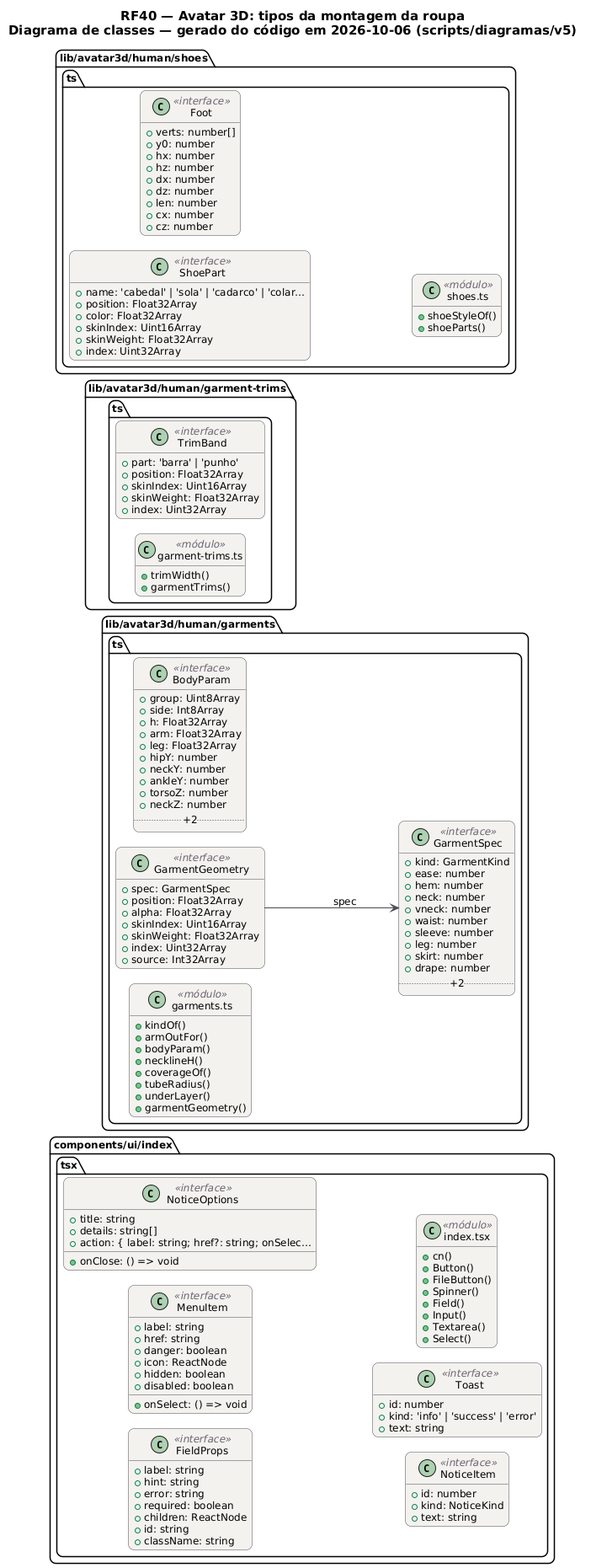
Above: docs/diagramas/RF40-roupa-no-avatar/RF40_Roupa_Classes.png in MatheusHaliski/tcc-2026-fashion-ai-backend (PlantUML), before the change.
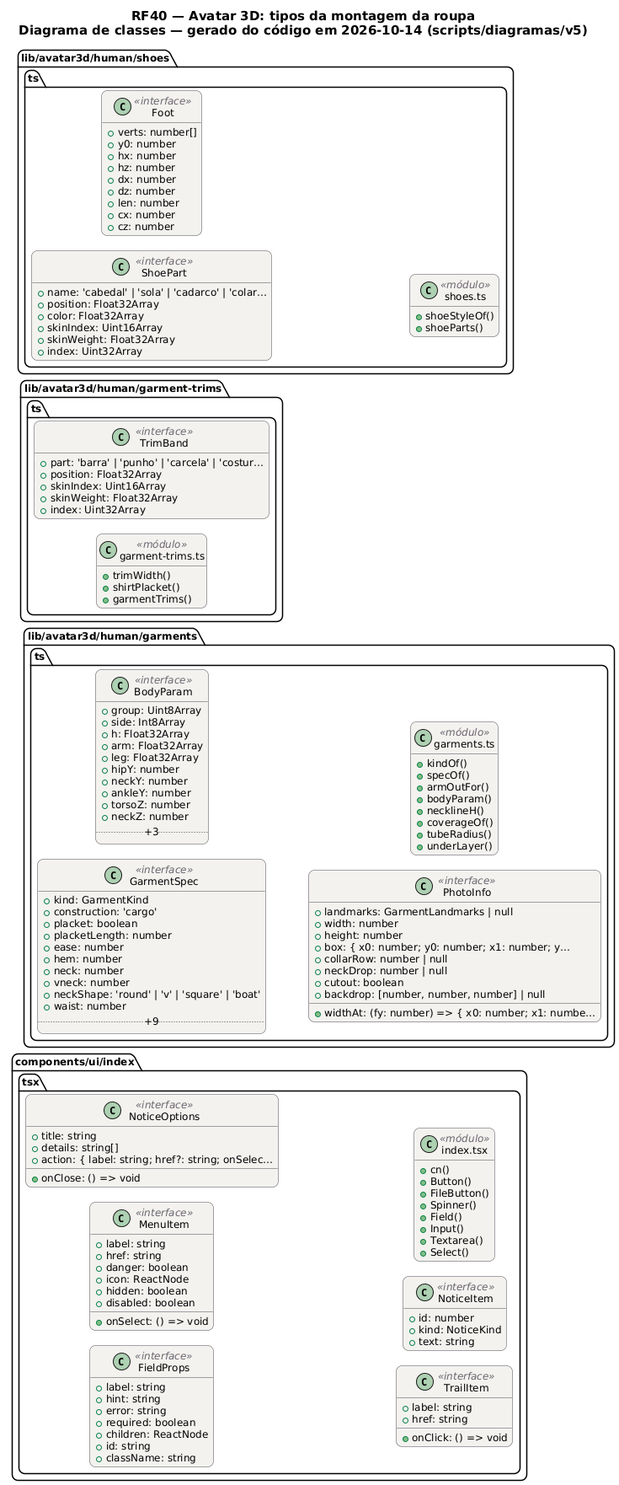
Later version of the same file.

Diff of the diagram source:
```diff
@@ -20,7 +20,7 @@
 }
 hide empty members
 left to right direction
-title RF40 — Avatar 3D: tipos da montagem da roupa\nDiagrama de classes — gerado do código em 2026-10-06 (scripts/diagramas/v5)
+title RF40 — Avatar 3D: tipos da montagem da roupa\nDiagrama de classes — gerado do código em 2026-10-14 (scripts/diagramas/v5)
 
 package "components/ui/index.tsx" {
   class FieldProps as "FieldProps" <<interface>> {
@@ -47,14 +47,14 @@
     +action: { label: string; href?: string; onSelec…
     +onClose: () => void
   }
+  class TrailItem as "TrailItem" <<interface>> {
+    +label: string
+    +onClick: () => void
+    +href: string
+  }
   class NoticeItem as "NoticeItem" <<interface>> {
     +id: number
     +kind: NoticeKind
-    +text: string
-  }
-  class Toast as "Toast" <<interface>> {
-    +id: number
-    +kind: 'info' | 'success' | 'error'
     +text: string
   }
   class mod_index_tsx as "index.tsx" <<módulo>> {
@@ -71,16 +71,16 @@
 package "lib/avatar3d/human/garments.ts" {
   class GarmentSpec as "GarmentSpec" <<interface>> {
     +kind: GarmentKind
+    +construction: 'cargo'
+    +placket: boolean
+    +placketLength: number
     +ease: number
     +hem: number
     +neck: number
     +vneck: number
+    +neckShape: 'round' | 'v' | 'square' | 'boat'
     +waist: number
-    +sleeve: number
-    +leg: number
-    +skirt: number
-    +drape: number
-    .. +2 ..
+    .. +9 ..
   }
   class BodyParam as "BodyParam" <<interface>> {
     +group: Uint8Array
@@ -93,31 +93,33 @@
     +ankleY: number
     +torsoZ: number
     +neckZ: number
-    .. +2 ..
+    .. +3 ..
   }
-  class GarmentGeometry as "GarmentGeometry" <<interface>> {
-    +spec: GarmentSpec
-    +position: Float32Array
-    +alpha: Float32Array
-    +skinIndex: Uint16Array
-    +skinWeight: Float32Array
-    +index: Uint32Array
-    +source: Int32Array
+  class PhotoInfo as "PhotoInfo" <<interface>> {
+    +landmarks: GarmentLandmarks | null
+    +width: number
+    +height: number
+    +box: { x0: number; y0: number; x1: number; y…
+    +widthAt: (fy: number) => { x0: number; x1: numbe…
+    +collarRow: number | null
+    +neckDrop: number | null
+    +cutout: boolean
+    +backdrop: [number, number, number] | null
   }
   class mod_garments_ts as "garments.ts" <<módulo>> {
     +kindOf()
+    +specOf()
     +armOutFor()
     +bodyParam()
     +necklineH()
     +coverageOf()
     +tubeRadius()
     +underLayer()
-    +garmentGeometry()
   }
 }
 package "lib/avatar3d/human/garment-trims.ts" {
   class TrimBand as "TrimBand" <<interface>> {
-    +part: 'barra' | 'punho'
+    +part: 'barra' | 'punho' | 'carcela' | 'costur…
     +position: Float32Array
     +skinIndex: Uint16Array
     +skinWeight: Float32Array
@@ -125,6 +127,7 @@
   }
   class mod_garment_trims_ts as "garment-trims.ts" <<módulo>> {
     +trimWidth()
+    +shirtPlacket()
     +garmentTrims()
   }
 }
@@ -153,5 +156,4 @@
     +shoeParts()
   }
 }
-GarmentGeometry --> GarmentSpec : spec
 @enduml
```
